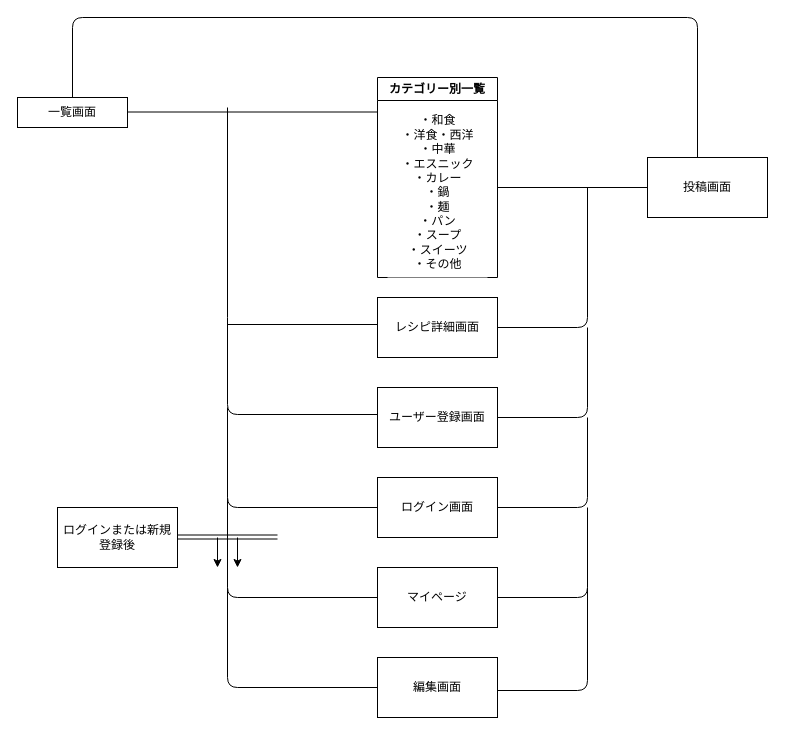
reohirano/good_recipes keeps this draw.io diagram as move.dio. Above is the earlier version. Source tidied: cells renumbered, new cells numbered last; positions are measured from the earlier drawing's top-left corner, leaving out a move shared by most shapes. Both pictures are drawn from the tidied source at 100%, with x=0, y=0 at pixel (17, 17).
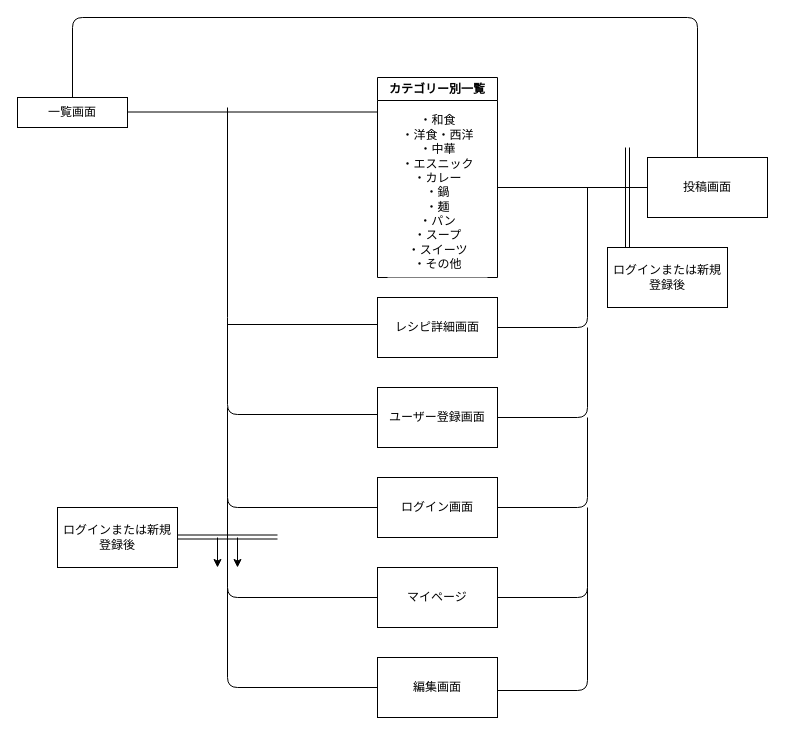
The same page after the edit.

Change to the diagram source:
```diff
@@
+    <mxCell id="30" value="ログインまたは新規登録後" style="whiteSpace=wrap;html=1;align=center;newEdgeStyle={&quot;edgeStyle&quot;:&quot;elbowEdgeStyle&quot;,&quot;startArrow&quot;:&quot;none&quot;,&quot;endArrow&quot;:&quot;none&quot;};fillColor=default;" parent="1" vertex="1">
+      <mxGeometry x="590" y="230" width="120" height="60" as="geometry" />
+    </mxCell>
+    <mxCell id="31" style="shape=link;html=1;" parent="1" edge="1">
+      <mxGeometry relative="1" as="geometry">
+        <mxPoint x="610" y="130" as="sourcePoint" />
+        <mxPoint x="610" y="230" as="targetPoint" />
+      </mxGeometry>
+    </mxCell>
```
